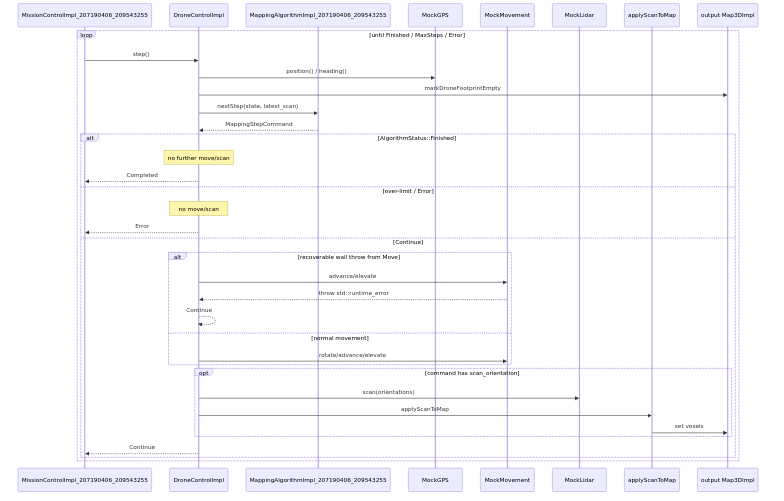
Above: docs/hld/seq-drone-step.png in Sagi154/Drone-Mapper-ex3 (Mermaid), before the change. Its source is kept beside it as docs/hld/seq-drone-step.mmd.
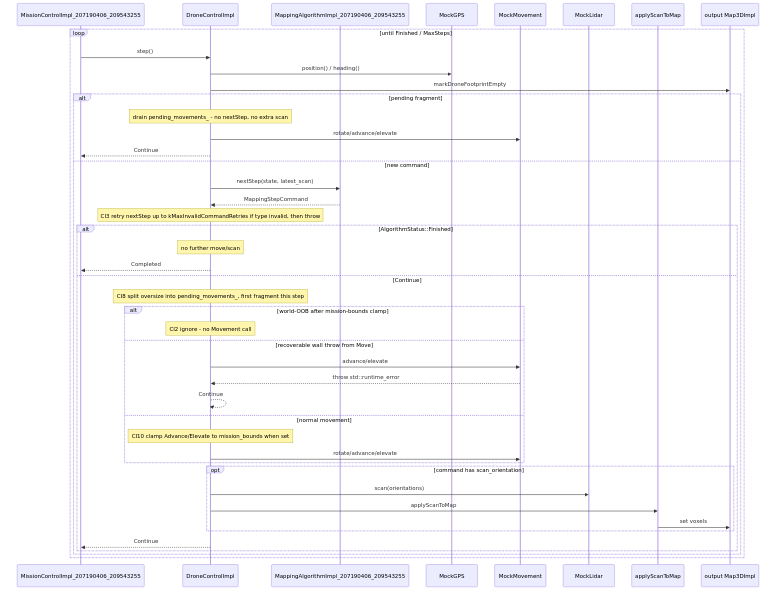
Above is the later version.

Commit message:
docs: claim CI8 split-oversize recovery and compact known issues

The edit, as a diff of the source:
```diff
@@ -8,31 +8,39 @@
     participant SR as applyScanToMap
     participant Map as output Map3DImpl
 
-    loop until Finished / MaxSteps / Error
+    loop until Finished / MaxSteps
         MC->>DC: step()
         DC->>GPS: position() / heading()
         DC->>Map: markDroneFootprintEmpty
-        DC->>Algo: nextStep(state, latest_scan)
-        Algo-->>DC: MappingStepCommand
-        alt AlgorithmStatus::Finished
-            Note over DC: no further move/scan
-            DC-->>MC: Completed
-        else over-limit / Error
-            Note over DC: no move/scan
-            DC-->>MC: Error
-        else Continue
-            alt recoverable wall throw from Move
-                DC->>Move: advance/elevate
-                Move-->>DC: throw std::runtime_error
-                DC-->>DC: Continue
-            else normal movement
-                DC->>Move: rotate/advance/elevate
+        alt pending fragment
+            Note over DC: drain pending_movements_ - no nextStep, no extra scan
+            DC->>Move: rotate/advance/elevate
+            DC-->>MC: Continue
+        else new command
+            DC->>Algo: nextStep(state, latest_scan)
+            Algo-->>DC: MappingStepCommand
+            Note over DC: CI3 retry nextStep up to kMaxInvalidCommandRetries if type invalid, then throw
+            alt AlgorithmStatus::Finished
+                Note over DC: no further move/scan
+                DC-->>MC: Completed
+            else Continue
+                Note over DC: CI8 split oversize into pending_movements_, first fragment this step
+                alt world-OOB after mission-bounds clamp
+                    Note over DC: CI2 ignore - no Movement call
+                else recoverable wall throw from Move
+                    DC->>Move: advance/elevate
+                    Move-->>DC: throw std::runtime_error
+                    DC-->>DC: Continue
+                else normal movement
+                    Note over DC: CI10 clamp Advance/Elevate to mission_bounds when set
+                    DC->>Move: rotate/advance/elevate
+                end
+                opt command has scan_orientation
+                    DC->>Lidar: scan(orientations)
+                    DC->>SR: applyScanToMap
+                    SR->>Map: set voxels
+                end
+                DC-->>MC: Continue
             end
-            opt command has scan_orientation
-                DC->>Lidar: scan(orientations)
-                DC->>SR: applyScanToMap
-                SR->>Map: set voxels
-            end
-            DC-->>MC: Continue
         end
     end
```
